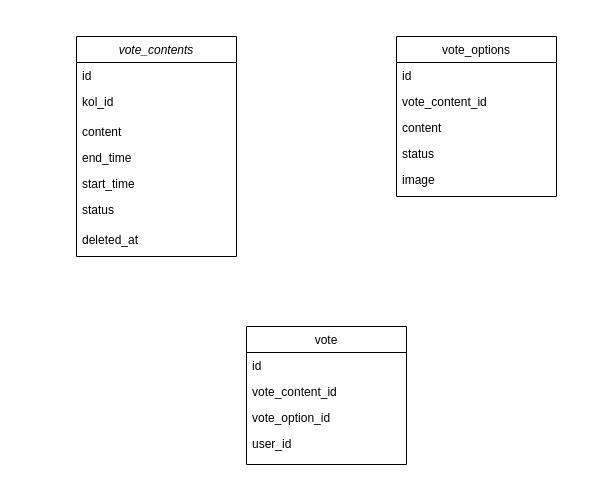
This is Untitled Diagram.drawio from alethanhson/vue3-composition-admin, a draw.io file, before an edit. Source tidied: cells renumbered, new cells numbered last; positions are measured from the earlier drawing's top-left corner, leaving out a move shared by most shapes. Both pictures are drawn from the tidied source at 100%, with x=0, y=0 at pixel (76, 36).
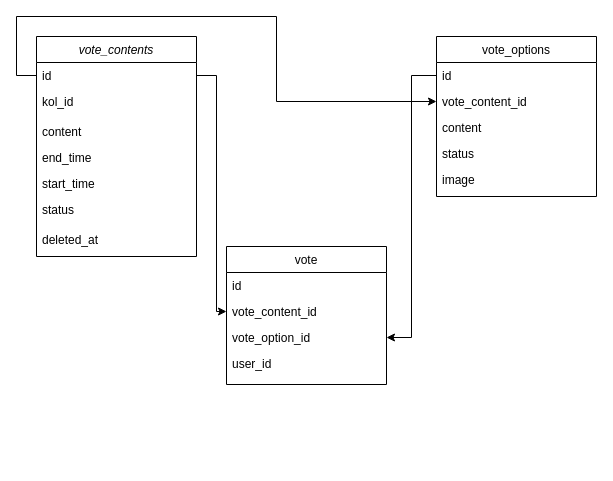
After the change.

The change refers to these unchanged cells:
```xml
<mxCell id="3" value="id" style="text;align=left;verticalAlign=top;spacingLeft=4;spacingRight=4;overflow=hidden;points=[[0,0.5],[1,0.5]];portConstraint=eastwest;" parent="2" vertex="1">
  <mxGeometry y="26" width="160" height="26" as="geometry" />
</mxCell>
<mxCell id="12" value="vote_content_id" style="text;align=left;verticalAlign=top;spacingLeft=4;spacingRight=4;overflow=hidden;points=[[0,0.5],[1,0.5]];portConstraint=eastwest;rounded=0;shadow=0;html=0;" parent="10" vertex="1">
  <mxGeometry y="52" width="160" height="26" as="geometry" />
</mxCell>
<mxCell id="13" value="vote_option_id" style="text;align=left;verticalAlign=top;spacingLeft=4;spacingRight=4;overflow=hidden;points=[[0,0.5],[1,0.5]];portConstraint=eastwest;rounded=0;shadow=0;html=0;" parent="10" vertex="1">
  <mxGeometry y="78" width="160" height="26" as="geometry" />
</mxCell>
<mxCell id="16" value="id" style="text;align=left;verticalAlign=top;spacingLeft=4;spacingRight=4;overflow=hidden;points=[[0,0.5],[1,0.5]];portConstraint=eastwest;" parent="15" vertex="1">
  <mxGeometry y="26" width="160" height="26" as="geometry" />
</mxCell>
<mxCell id="17" value="vote_content_id" style="text;align=left;verticalAlign=top;spacingLeft=4;spacingRight=4;overflow=hidden;points=[[0,0.5],[1,0.5]];portConstraint=eastwest;rounded=0;shadow=0;html=0;" parent="15" vertex="1">
  <mxGeometry y="52" width="160" height="26" as="geometry" />
</mxCell>
```

What changed in the source:
```diff
@@
     <mxCell id="2" value="vote_contents" style="swimlane;fontStyle=2;align=center;verticalAlign=top;horizontal=1;startSize=26;rounded=0;shadow=0;strokeWidth=1;" parent="1" vertex="1">
-      <mxGeometry width="160" height="220" as="geometry" />
+      <mxGeometry x="-40" width="160" height="220" as="geometry" />
     </mxCell>
@@
     <mxCell id="10" value="vote" style="swimlane;fontStyle=0;align=center;verticalAlign=top;horizontal=1;startSize=26;rounded=0;shadow=0;strokeWidth=1;" parent="1" vertex="1">
-      <mxGeometry x="170" y="290" width="160" height="138" as="geometry" />
+      <mxGeometry x="150" y="210" width="160" height="138" as="geometry" />
     </mxCell>
@@
     <mxCell id="15" value="vote_options" style="swimlane;fontStyle=0;align=center;verticalAlign=top;horizontal=1;startSize=26;rounded=0;shadow=0;strokeWidth=1;" parent="1" vertex="1">
-      <mxGeometry x="320" width="160" height="160" as="geometry" />
+      <mxGeometry x="360" width="160" height="160" as="geometry" />
     </mxCell>
@@
+    <mxCell id="21" style="edgeStyle=orthogonalEdgeStyle;rounded=0;jettySize=auto;html=1;entryX=0;entryY=0.5;entryDx=0;entryDy=0;" parent="1" edge="1" source="3" target="12">
+      <mxGeometry relative="1" as="geometry">
+        <Array as="points">
+          <mxPoint x="140" y="39" />
+          <mxPoint x="140" y="275" />
+        </Array>
+      </mxGeometry>
+    </mxCell>
+    <mxCell id="22" style="edgeStyle=orthogonalEdgeStyle;rounded=0;jettySize=auto;html=1;entryX=1;entryY=0.5;entryDx=0;entryDy=0;" parent="1" edge="1" source="16" target="13">
+      <mxGeometry relative="1" as="geometry" />
+    </mxCell>
+    <mxCell id="23" style="edgeStyle=orthogonalEdgeStyle;rounded=0;jettySize=auto;html=1;exitX=0;exitY=0.5;exitDx=0;exitDy=0;" parent="1" edge="1" source="3" target="17">
+      <mxGeometry relative="1" as="geometry">
+        <Array as="points">
+          <mxPoint x="-60" y="39" />
+          <mxPoint x="-60" y="-20" />
+          <mxPoint x="200" y="-20" />
+          <mxPoint x="200" y="65" />
+        </Array>
+      </mxGeometry>
+    </mxCell>
```
